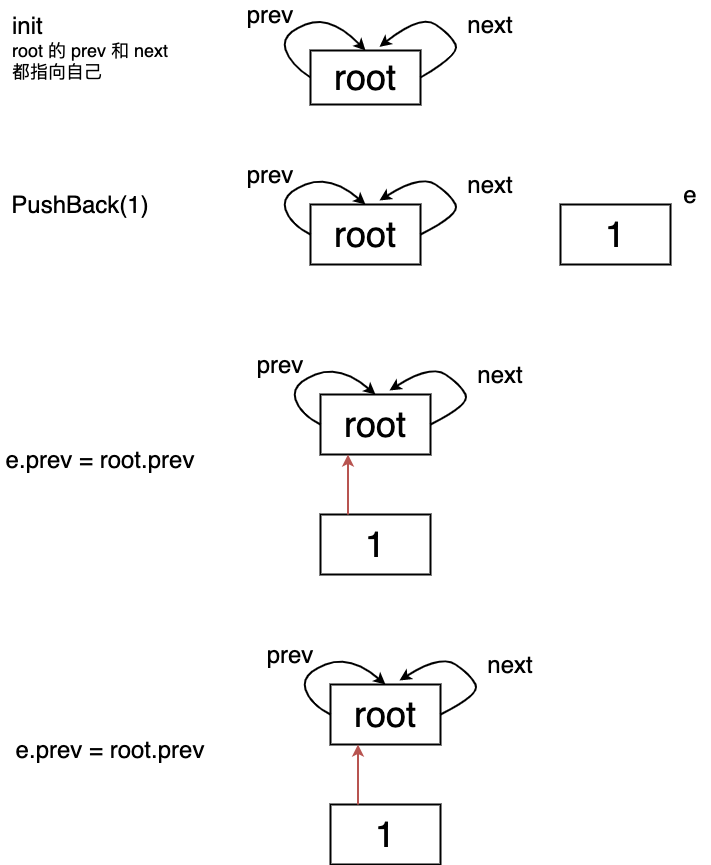
Before: go-container/list-source-code.png, a diagram exported from draw.io (autsu/diagrams). Source tidied: cells renumbered, new cells last; positions are measured from the earlier drawing's top-left corner, leaving out a move shared by most shapes.
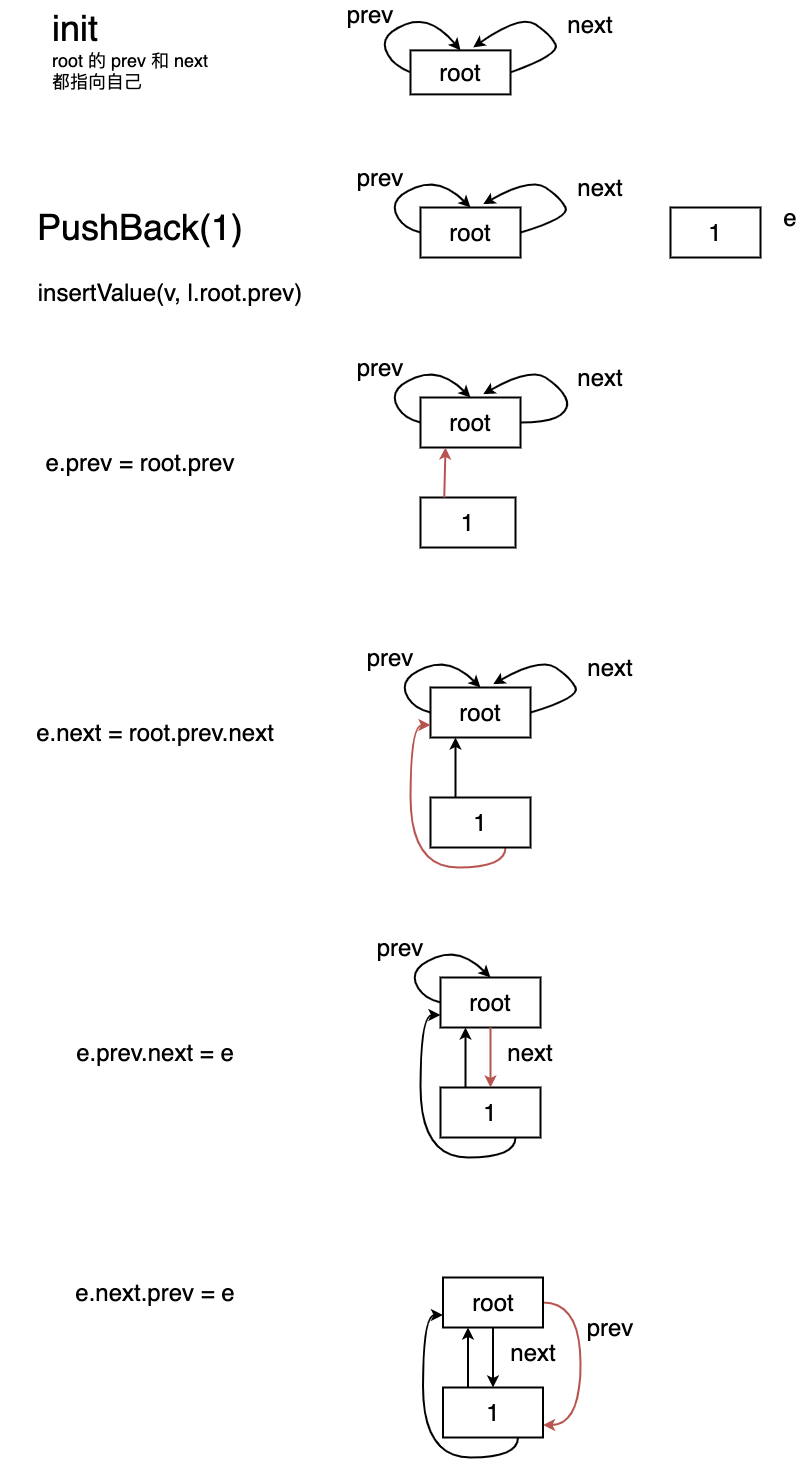
The same diagram one commit later.

Change to the diagram source:
```diff
@@ -2,143 +2,216 @@
   <root>
     <mxCell id="0" />
     <mxCell id="1" parent="0" />
-    <mxCell id="2" value="&lt;font&gt;&lt;span style=&quot;font-size: 24px&quot;&gt;init&lt;/span&gt;&lt;br&gt;&lt;font style=&quot;font-size: 18px&quot;&gt;root 的 prev 和 next 都指向自己&lt;/font&gt;&lt;br&gt;&lt;/font&gt;" style="text;html=1;strokeColor=none;fillColor=none;align=left;verticalAlign=middle;whiteSpace=wrap;rounded=0;" parent="1" vertex="1">
+    <mxCell id="2" value="&lt;font&gt;&lt;font style=&quot;font-size: 36px&quot;&gt;init&lt;/font&gt;&lt;br&gt;&lt;font style=&quot;font-size: 18px&quot;&gt;root 的 prev 和 next 都指向自己&lt;/font&gt;&lt;br&gt;&lt;/font&gt;" style="text;html=1;strokeColor=none;fillColor=none;align=left;verticalAlign=middle;whiteSpace=wrap;rounded=0;" parent="1" vertex="1">
       <mxGeometry x="10" y="21.9" width="180" height="40" as="geometry" />
     </mxCell>
-    <mxCell id="3" value="&lt;font style=&quot;font-size: 24px&quot;&gt;PushBack(1)&lt;/font&gt;" style="text;html=1;strokeColor=none;fillColor=none;align=center;verticalAlign=middle;whiteSpace=wrap;rounded=0;" parent="1" vertex="1">
-      <mxGeometry x="60" y="190" width="40" height="20" as="geometry" />
+    <mxCell id="3" value="&lt;font style=&quot;font-size: 36px&quot;&gt;PushBack(1)&lt;/font&gt;" style="text;html=1;strokeColor=none;fillColor=none;align=center;verticalAlign=middle;whiteSpace=wrap;rounded=0;" parent="1" vertex="1">
+      <mxGeometry x="80" y="210" width="40" height="20" as="geometry" />
     </mxCell>
-    <mxCell id="4" value="&lt;font style=&quot;font-size: 36px&quot;&gt;root&lt;/font&gt;" style="rounded=0;whiteSpace=wrap;html=1;strokeWidth=2;" parent="1" vertex="1">
-      <mxGeometry x="310" y="200" width="110" height="60" as="geometry" />
+    <mxCell id="4" value="&lt;font style=&quot;font-size: 24px&quot;&gt;root&lt;/font&gt;" style="rounded=0;whiteSpace=wrap;html=1;strokeWidth=2;" parent="1" vertex="1">
+      <mxGeometry x="380" y="200" width="100" height="50" as="geometry" />
     </mxCell>
     <mxCell id="5" style="curved=1;endArrow=classic;html=1;strokeWidth=2;entryX=0.5;entryY=0;entryDx=0;entryDy=0;exitX=0;exitY=0.5;exitDx=0;exitDy=0;" parent="1" edge="1" source="4" target="4">
       <mxGeometry relative="1" as="geometry">
         <Array as="points">
-          <mxPoint x="290" y="220" />
-          <mxPoint x="280" y="190" />
-          <mxPoint x="330" y="170" />
+          <mxPoint x="360" y="220" />
+          <mxPoint x="350" y="190" />
+          <mxPoint x="400" y="170" />
         </Array>
       </mxGeometry>
     </mxCell>
     <mxCell id="6" value="&lt;font style=&quot;font-size: 24px&quot;&gt;prev&lt;/font&gt;" style="text;html=1;strokeColor=none;fillColor=none;align=center;verticalAlign=middle;whiteSpace=wrap;rounded=0;" parent="1" vertex="1">
-      <mxGeometry x="250" y="160" width="40" height="20" as="geometry" />
+      <mxGeometry x="320" y="160" width="40" height="20" as="geometry" />
     </mxCell>
     <mxCell id="7" style="curved=1;endArrow=classic;html=1;strokeWidth=2;entryX=0.627;entryY=-0.067;entryDx=0;entryDy=0;entryPerimeter=0;exitX=1;exitY=0.5;exitDx=0;exitDy=0;" parent="1" edge="1" source="4" target="4">
       <mxGeometry relative="1" as="geometry">
         <Array as="points">
-          <mxPoint x="460" y="210" />
-          <mxPoint x="450" y="190" />
-          <mxPoint x="420" y="170" />
+          <mxPoint x="530" y="210" />
+          <mxPoint x="520" y="190" />
+          <mxPoint x="490" y="170" />
         </Array>
       </mxGeometry>
     </mxCell>
     <mxCell id="8" value="&lt;font style=&quot;font-size: 24px&quot;&gt;next&lt;/font&gt;" style="text;html=1;strokeColor=none;fillColor=none;align=center;verticalAlign=middle;whiteSpace=wrap;rounded=0;" parent="1" vertex="1">
-      <mxGeometry x="470" y="170" width="40" height="20" as="geometry" />
+      <mxGeometry x="540" y="170" width="40" height="20" as="geometry" />
     </mxCell>
-    <mxCell id="9" value="&lt;font style=&quot;font-size: 36px&quot;&gt;root&lt;/font&gt;" style="rounded=0;whiteSpace=wrap;html=1;strokeWidth=2;" parent="1" vertex="1">
-      <mxGeometry x="310" y="46" width="110" height="54" as="geometry" />
+    <mxCell id="9" value="&lt;font style=&quot;font-size: 24px&quot;&gt;root&lt;/font&gt;" style="rounded=0;whiteSpace=wrap;html=1;strokeWidth=2;" parent="1" vertex="1">
+      <mxGeometry x="370" y="42.9" width="100" height="44" as="geometry" />
     </mxCell>
     <mxCell id="10" style="curved=1;endArrow=classic;html=1;strokeWidth=2;entryX=0.5;entryY=0;entryDx=0;entryDy=0;exitX=0;exitY=0.5;exitDx=0;exitDy=0;" parent="1" edge="1" source="9" target="9">
       <mxGeometry relative="1" as="geometry">
         <Array as="points">
-          <mxPoint x="290" y="60" />
-          <mxPoint x="280" y="30" />
-          <mxPoint x="330" y="10" />
+          <mxPoint x="350" y="56.9" />
+          <mxPoint x="340" y="26.9" />
+          <mxPoint x="390" y="6.9" />
         </Array>
       </mxGeometry>
     </mxCell>
     <mxCell id="11" value="&lt;font style=&quot;font-size: 24px&quot;&gt;prev&lt;/font&gt;" style="text;html=1;strokeColor=none;fillColor=none;align=center;verticalAlign=middle;whiteSpace=wrap;rounded=0;" parent="1" vertex="1">
-      <mxGeometry x="250" width="40" height="20" as="geometry" />
+      <mxGeometry x="310" y="-3.1" width="40" height="20" as="geometry" />
     </mxCell>
     <mxCell id="12" style="curved=1;endArrow=classic;html=1;strokeWidth=2;entryX=0.627;entryY=-0.067;entryDx=0;entryDy=0;entryPerimeter=0;exitX=1;exitY=0.5;exitDx=0;exitDy=0;" parent="1" edge="1" source="9" target="9">
       <mxGeometry relative="1" as="geometry">
         <Array as="points">
-          <mxPoint x="460" y="50" />
-          <mxPoint x="450" y="30" />
-          <mxPoint x="420" y="10" />
+          <mxPoint x="520" y="46.9" />
+          <mxPoint x="510" y="26.9" />
+          <mxPoint x="480" y="6.9" />
         </Array>
       </mxGeometry>
     </mxCell>
     <mxCell id="13" value="&lt;font style=&quot;font-size: 24px&quot;&gt;next&lt;/font&gt;" style="text;html=1;strokeColor=none;fillColor=none;align=center;verticalAlign=middle;whiteSpace=wrap;rounded=0;" parent="1" vertex="1">
-      <mxGeometry x="470" y="10" width="40" height="20" as="geometry" />
+      <mxGeometry x="530" y="6.9" width="40" height="20" as="geometry" />
     </mxCell>
-    <mxCell id="14" value="&lt;font style=&quot;font-size: 36px&quot;&gt;1&lt;/font&gt;" style="rounded=0;whiteSpace=wrap;html=1;strokeWidth=2;" parent="1" vertex="1">
-      <mxGeometry x="560" y="200" width="110" height="60" as="geometry" />
+    <mxCell id="14" value="&lt;font style=&quot;font-size: 24px&quot;&gt;1&lt;/font&gt;" style="rounded=0;whiteSpace=wrap;html=1;strokeWidth=2;" parent="1" vertex="1">
+      <mxGeometry x="630" y="200" width="90" height="50" as="geometry" />
     </mxCell>
     <mxCell id="15" value="&lt;font style=&quot;font-size: 24px&quot;&gt;e&lt;/font&gt;" style="text;html=1;strokeColor=none;fillColor=none;align=center;verticalAlign=middle;whiteSpace=wrap;rounded=0;" parent="1" vertex="1">
-      <mxGeometry x="670" y="180" width="40" height="20" as="geometry" />
+      <mxGeometry x="730" y="200" width="40" height="20" as="geometry" />
     </mxCell>
     <mxCell id="16" value="&lt;font style=&quot;font-size: 24px&quot;&gt;e.prev = root.prev&lt;/font&gt;" style="text;html=1;strokeColor=none;fillColor=none;align=center;verticalAlign=middle;whiteSpace=wrap;rounded=0;" parent="1" vertex="1">
       <mxGeometry y="450" width="200" height="10" as="geometry" />
     </mxCell>
-    <mxCell id="17" value="&lt;font style=&quot;font-size: 36px&quot;&gt;root&lt;/font&gt;" style="rounded=0;whiteSpace=wrap;html=1;strokeWidth=2;" parent="1" vertex="1">
-      <mxGeometry x="320" y="390" width="110" height="60" as="geometry" />
+    <mxCell id="17" value="&lt;font style=&quot;font-size: 24px&quot;&gt;root&lt;/font&gt;" style="rounded=0;whiteSpace=wrap;html=1;strokeWidth=2;" parent="1" vertex="1">
+      <mxGeometry x="380" y="390" width="100" height="50" as="geometry" />
     </mxCell>
     <mxCell id="18" style="curved=1;endArrow=classic;html=1;strokeWidth=2;entryX=0.5;entryY=0;entryDx=0;entryDy=0;exitX=0;exitY=0.5;exitDx=0;exitDy=0;" parent="1" edge="1" source="17" target="17">
       <mxGeometry relative="1" as="geometry">
         <Array as="points">
-          <mxPoint x="300" y="410" />
-          <mxPoint x="290" y="380" />
-          <mxPoint x="340" y="360" />
+          <mxPoint x="360" y="410" />
+          <mxPoint x="350" y="380" />
+          <mxPoint x="400" y="360" />
         </Array>
       </mxGeometry>
     </mxCell>
     <mxCell id="19" value="&lt;font style=&quot;font-size: 24px&quot;&gt;prev&lt;/font&gt;" style="text;html=1;strokeColor=none;fillColor=none;align=center;verticalAlign=middle;whiteSpace=wrap;rounded=0;" parent="1" vertex="1">
-      <mxGeometry x="260" y="350" width="40" height="20" as="geometry" />
+      <mxGeometry x="320" y="350" width="40" height="20" as="geometry" />
     </mxCell>
-    <mxCell id="20" style="curved=1;endArrow=classic;html=1;strokeWidth=2;entryX=0.627;entryY=-0.067;entryDx=0;entryDy=0;entryPerimeter=0;exitX=1;exitY=0.5;exitDx=0;exitDy=0;" parent="1" edge="1" source="17" target="17">
+    <mxCell id="20" style="curved=1;endArrow=classic;html=1;strokeWidth=2;entryX=0.627;entryY=-0.067;entryDx=0;entryDy=0;entryPerimeter=0;" parent="1" edge="1" target="17">
       <mxGeometry relative="1" as="geometry">
+        <mxPoint x="480" y="415" as="sourcePoint" />
         <Array as="points">
-          <mxPoint x="470" y="400" />
-          <mxPoint x="460" y="380" />
-          <mxPoint x="430" y="360" />
+          <mxPoint x="510" y="415" />
+          <mxPoint x="530" y="400" />
+          <mxPoint x="520" y="380" />
+          <mxPoint x="490" y="360" />
         </Array>
       </mxGeometry>
     </mxCell>
     <mxCell id="21" value="&lt;font style=&quot;font-size: 24px&quot;&gt;next&lt;/font&gt;" style="text;html=1;strokeColor=none;fillColor=none;align=center;verticalAlign=middle;whiteSpace=wrap;rounded=0;" parent="1" vertex="1">
-      <mxGeometry x="480" y="360" width="40" height="20" as="geometry" />
+      <mxGeometry x="540" y="360" width="40" height="20" as="geometry" />
     </mxCell>
-    <mxCell id="22" value="&lt;font style=&quot;font-size: 36px&quot;&gt;1&lt;/font&gt;" style="rounded=0;whiteSpace=wrap;html=1;strokeWidth=2;" parent="1" vertex="1">
-      <mxGeometry x="320" y="510" width="110" height="60" as="geometry" />
+    <mxCell id="22" value="&lt;font style=&quot;font-size: 24px&quot;&gt;1&lt;/font&gt;" style="rounded=0;whiteSpace=wrap;html=1;strokeWidth=2;" parent="1" vertex="1">
+      <mxGeometry x="380" y="490" width="95" height="50" as="geometry" />
     </mxCell>
-    <mxCell id="23" style="endArrow=classic;html=1;strokeWidth=2;entryX=0.25;entryY=1;entryDx=0;entryDy=0;exitX=0.25;exitY=0;exitDx=0;exitDy=0;fillColor=#f8cecc;strokeColor=#b85450;" parent="1" edge="1" source="22" target="17">
+    <mxCell id="23" style="endArrow=classic;html=1;strokeWidth=2;fillColor=#f8cecc;strokeColor=#b85450;entryX=0.25;entryY=1;entryDx=0;entryDy=0;exitX=0.25;exitY=0;exitDx=0;exitDy=0;" parent="1" edge="1" source="22" target="17">
       <mxGeometry relative="1" as="geometry" />
     </mxCell>
-    <mxCell id="24" value="&lt;font style=&quot;font-size: 36px&quot;&gt;root&lt;/font&gt;" style="rounded=0;whiteSpace=wrap;html=1;strokeWidth=2;" parent="1" vertex="1">
-      <mxGeometry x="330" y="680" width="110" height="60" as="geometry" />
+    <mxCell id="24" value="&lt;font style=&quot;font-size: 24px&quot;&gt;root&lt;/font&gt;" style="rounded=0;whiteSpace=wrap;html=1;strokeWidth=2;" parent="1" vertex="1">
+      <mxGeometry x="390" y="680" width="100" height="50" as="geometry" />
     </mxCell>
     <mxCell id="25" style="curved=1;endArrow=classic;html=1;strokeWidth=2;entryX=0.5;entryY=0;entryDx=0;entryDy=0;exitX=0;exitY=0.5;exitDx=0;exitDy=0;" parent="1" edge="1" source="24" target="24">
       <mxGeometry relative="1" as="geometry">
         <Array as="points">
-          <mxPoint x="310" y="700" />
-          <mxPoint x="300" y="670" />
-          <mxPoint x="350" y="650" />
+          <mxPoint x="370" y="700" />
+          <mxPoint x="360" y="670" />
+          <mxPoint x="410" y="650" />
         </Array>
       </mxGeometry>
     </mxCell>
     <mxCell id="26" value="&lt;font style=&quot;font-size: 24px&quot;&gt;prev&lt;/font&gt;" style="text;html=1;strokeColor=none;fillColor=none;align=center;verticalAlign=middle;whiteSpace=wrap;rounded=0;" parent="1" vertex="1">
-      <mxGeometry x="270" y="640" width="40" height="20" as="geometry" />
+      <mxGeometry x="330" y="640" width="40" height="20" as="geometry" />
     </mxCell>
     <mxCell id="27" style="curved=1;endArrow=classic;html=1;strokeWidth=2;entryX=0.627;entryY=-0.067;entryDx=0;entryDy=0;entryPerimeter=0;exitX=1;exitY=0.5;exitDx=0;exitDy=0;" parent="1" edge="1" source="24" target="24">
       <mxGeometry relative="1" as="geometry">
         <Array as="points">
-          <mxPoint x="480" y="690" />
-          <mxPoint x="470" y="670" />
-          <mxPoint x="440" y="650" />
+          <mxPoint x="540" y="690" />
+          <mxPoint x="530" y="670" />
+          <mxPoint x="500" y="650" />
         </Array>
       </mxGeometry>
     </mxCell>
     <mxCell id="28" value="&lt;font style=&quot;font-size: 24px&quot;&gt;next&lt;/font&gt;" style="text;html=1;strokeColor=none;fillColor=none;align=center;verticalAlign=middle;whiteSpace=wrap;rounded=0;" parent="1" vertex="1">
-      <mxGeometry x="490" y="650" width="40" height="20" as="geometry" />
+      <mxGeometry x="550" y="650" width="40" height="20" as="geometry" />
     </mxCell>
+    <mxCell id="32" style="edgeStyle=orthogonalEdgeStyle;curved=1;rounded=0;jettySize=auto;html=1;exitX=0.75;exitY=1;exitDx=0;exitDy=0;entryX=0;entryY=0.75;entryDx=0;entryDy=0;strokeWidth=2;fillColor=#f8cecc;strokeColor=#b85450;" parent="1" edge="1" source="29" target="24">
+      <mxGeometry relative="1" as="geometry" />
+    </mxCell>
-    <mxCell id="29" value="&lt;font style=&quot;font-size: 36px&quot;&gt;1&lt;/font&gt;" style="rounded=0;whiteSpace=wrap;html=1;strokeWidth=2;" parent="1" vertex="1">
-      <mxGeometry x="330" y="800" width="110" height="60" as="geometry" />
+    <mxCell id="29" value="&lt;font style=&quot;font-size: 24px&quot;&gt;1&lt;/font&gt;" style="rounded=0;whiteSpace=wrap;html=1;strokeWidth=2;" parent="1" vertex="1">
+      <mxGeometry x="390" y="790" width="100" height="50" as="geometry" />
     </mxCell>
-    <mxCell id="30" style="endArrow=classic;html=1;strokeWidth=2;entryX=0.25;entryY=1;entryDx=0;entryDy=0;exitX=0.25;exitY=0;exitDx=0;exitDy=0;fillColor=#f8cecc;strokeColor=#b85450;" parent="1" edge="1" source="29" target="24">
+    <mxCell id="30" style="endArrow=classic;html=1;strokeWidth=2;entryX=0.25;entryY=1;entryDx=0;entryDy=0;exitX=0.25;exitY=0;exitDx=0;exitDy=0;" parent="1" edge="1" source="29" target="24">
       <mxGeometry relative="1" as="geometry" />
     </mxCell>
-    <mxCell id="31" value="&lt;font style=&quot;font-size: 24px&quot;&gt;e.prev = root.prev&lt;/font&gt;" style="text;html=1;strokeColor=none;fillColor=none;align=center;verticalAlign=middle;whiteSpace=wrap;rounded=0;" parent="1" vertex="1">
-      <mxGeometry x="10" y="740" width="200" height="10" as="geometry" />
+    <mxCell id="31" value="&lt;font style=&quot;font-size: 24px&quot;&gt;e.next = root.prev.next&lt;/font&gt;" style="text;html=1;strokeColor=none;fillColor=none;align=center;verticalAlign=middle;whiteSpace=wrap;rounded=0;" parent="1" vertex="1">
+      <mxGeometry x="-30" y="720" width="290" height="10" as="geometry" />
     </mxCell>
+    <mxCell id="33" value="&lt;font style=&quot;font-size: 24px&quot;&gt;insertValue(v, l.root.prev)&lt;/font&gt;" style="text;html=1;strokeColor=none;fillColor=none;align=center;verticalAlign=middle;whiteSpace=wrap;rounded=0;" parent="1" vertex="1">
+      <mxGeometry x="-40" y="280" width="340" height="10" as="geometry" />
+    </mxCell>
+    <mxCell id="34" value="&lt;font style=&quot;font-size: 24px&quot;&gt;root&lt;/font&gt;" style="rounded=0;whiteSpace=wrap;html=1;strokeWidth=2;" parent="1" vertex="1">
+      <mxGeometry x="400" y="970" width="100" height="50" as="geometry" />
+    </mxCell>
+    <mxCell id="35" style="curved=1;endArrow=classic;html=1;strokeWidth=2;entryX=0.5;entryY=0;entryDx=0;entryDy=0;exitX=0;exitY=0.5;exitDx=0;exitDy=0;" parent="1" edge="1" source="34" target="34">
+      <mxGeometry relative="1" as="geometry">
+        <Array as="points">
+          <mxPoint x="380" y="990" />
+          <mxPoint x="370" y="960" />
+          <mxPoint x="420" y="940" />
+        </Array>
+      </mxGeometry>
+    </mxCell>
+    <mxCell id="36" value="&lt;font style=&quot;font-size: 24px&quot;&gt;prev&lt;/font&gt;" style="text;html=1;strokeColor=none;fillColor=none;align=center;verticalAlign=middle;whiteSpace=wrap;rounded=0;" parent="1" vertex="1">
+      <mxGeometry x="340" y="930" width="40" height="20" as="geometry" />
+    </mxCell>
+    <mxCell id="37" value="&lt;font style=&quot;font-size: 24px&quot;&gt;next&lt;/font&gt;" style="text;html=1;strokeColor=none;fillColor=none;align=center;verticalAlign=middle;whiteSpace=wrap;rounded=0;" parent="1" vertex="1">
+      <mxGeometry x="470" y="1035" width="40" height="20" as="geometry" />
+    </mxCell>
+    <mxCell id="38" style="edgeStyle=orthogonalEdgeStyle;curved=1;rounded=0;jettySize=auto;html=1;exitX=0.75;exitY=1;exitDx=0;exitDy=0;entryX=0;entryY=0.75;entryDx=0;entryDy=0;strokeWidth=2;" parent="1" edge="1" source="39" target="34">
+      <mxGeometry relative="1" as="geometry" />
+    </mxCell>
+    <mxCell id="39" value="&lt;font style=&quot;font-size: 24px&quot;&gt;1&lt;/font&gt;" style="rounded=0;whiteSpace=wrap;html=1;strokeWidth=2;" parent="1" vertex="1">
+      <mxGeometry x="400" y="1080" width="100" height="50" as="geometry" />
+    </mxCell>
+    <mxCell id="40" style="endArrow=classic;html=1;strokeWidth=2;entryX=0.25;entryY=1;entryDx=0;entryDy=0;exitX=0.25;exitY=0;exitDx=0;exitDy=0;" parent="1" edge="1" source="39" target="34">
+      <mxGeometry relative="1" as="geometry" />
+    </mxCell>
+    <mxCell id="41" value="&lt;font style=&quot;font-size: 24px&quot;&gt;e.prev.next = e&lt;/font&gt;" style="text;html=1;strokeColor=none;fillColor=none;align=center;verticalAlign=middle;whiteSpace=wrap;rounded=0;" parent="1" vertex="1">
+      <mxGeometry x="-30" y="1040" width="290" height="10" as="geometry" />
+    </mxCell>
+    <mxCell id="42" style="endArrow=classic;html=1;strokeWidth=2;exitX=0.5;exitY=1;exitDx=0;exitDy=0;entryX=0.5;entryY=0;entryDx=0;entryDy=0;fillColor=#f8cecc;strokeColor=#b85450;" parent="1" edge="1" source="34" target="39">
+      <mxGeometry relative="1" as="geometry" />
+    </mxCell>
+    <mxCell id="43" style="edgeStyle=orthogonalEdgeStyle;curved=1;rounded=0;jettySize=auto;html=1;exitX=1;exitY=0.5;exitDx=0;exitDy=0;entryX=1;entryY=0.75;entryDx=0;entryDy=0;strokeWidth=2;fillColor=#f8cecc;strokeColor=#b85450;" parent="1" edge="1" source="44" target="48">
+      <mxGeometry relative="1" as="geometry">
+        <Array as="points">
+          <mxPoint x="540" y="1295" />
+          <mxPoint x="540" y="1418" />
+        </Array>
+      </mxGeometry>
+    </mxCell>
+    <mxCell id="44" value="&lt;font style=&quot;font-size: 24px&quot;&gt;root&lt;/font&gt;" style="rounded=0;whiteSpace=wrap;html=1;strokeWidth=2;" parent="1" vertex="1">
+      <mxGeometry x="402.5" y="1270" width="100" height="50" as="geometry" />
+    </mxCell>
+    <mxCell id="45" value="&lt;font style=&quot;font-size: 24px&quot;&gt;prev&lt;/font&gt;" style="text;html=1;strokeColor=none;fillColor=none;align=center;verticalAlign=middle;whiteSpace=wrap;rounded=0;" parent="1" vertex="1">
+      <mxGeometry x="550" y="1310" width="40" height="20" as="geometry" />
+    </mxCell>
+    <mxCell id="46" value="&lt;font style=&quot;font-size: 24px&quot;&gt;next&lt;/font&gt;" style="text;html=1;strokeColor=none;fillColor=none;align=center;verticalAlign=middle;whiteSpace=wrap;rounded=0;" parent="1" vertex="1">
+      <mxGeometry x="472.5" y="1335" width="40" height="20" as="geometry" />
+    </mxCell>
+    <mxCell id="47" style="edgeStyle=orthogonalEdgeStyle;curved=1;rounded=0;jettySize=auto;html=1;exitX=0.75;exitY=1;exitDx=0;exitDy=0;entryX=0;entryY=0.75;entryDx=0;entryDy=0;strokeWidth=2;" parent="1" edge="1" source="48" target="44">
+      <mxGeometry relative="1" as="geometry" />
+    </mxCell>
+    <mxCell id="48" value="&lt;font style=&quot;font-size: 24px&quot;&gt;1&lt;/font&gt;" style="rounded=0;whiteSpace=wrap;html=1;strokeWidth=2;" parent="1" vertex="1">
+      <mxGeometry x="402.5" y="1380" width="100" height="50" as="geometry" />
+    </mxCell>
+    <mxCell id="49" style="endArrow=classic;html=1;strokeWidth=2;entryX=0.25;entryY=1;entryDx=0;entryDy=0;exitX=0.25;exitY=0;exitDx=0;exitDy=0;" parent="1" edge="1" source="48" target="44">
+      <mxGeometry relative="1" as="geometry" />
+    </mxCell>
+    <mxCell id="50" style="endArrow=classic;html=1;strokeWidth=2;exitX=0.5;exitY=1;exitDx=0;exitDy=0;entryX=0.5;entryY=0;entryDx=0;entryDy=0;" parent="1" edge="1" source="44" target="48">
+      <mxGeometry relative="1" as="geometry" />
+    </mxCell>
+    <mxCell id="51" value="&lt;font style=&quot;font-size: 24px&quot;&gt;e.next.prev = e&lt;/font&gt;" style="text;html=1;strokeColor=none;fillColor=none;align=center;verticalAlign=middle;whiteSpace=wrap;rounded=0;" parent="1" vertex="1">
+      <mxGeometry x="-30" y="1280" width="290" height="10" as="geometry" />
+    </mxCell>
   </root>
 </mxGraphModel>
```
